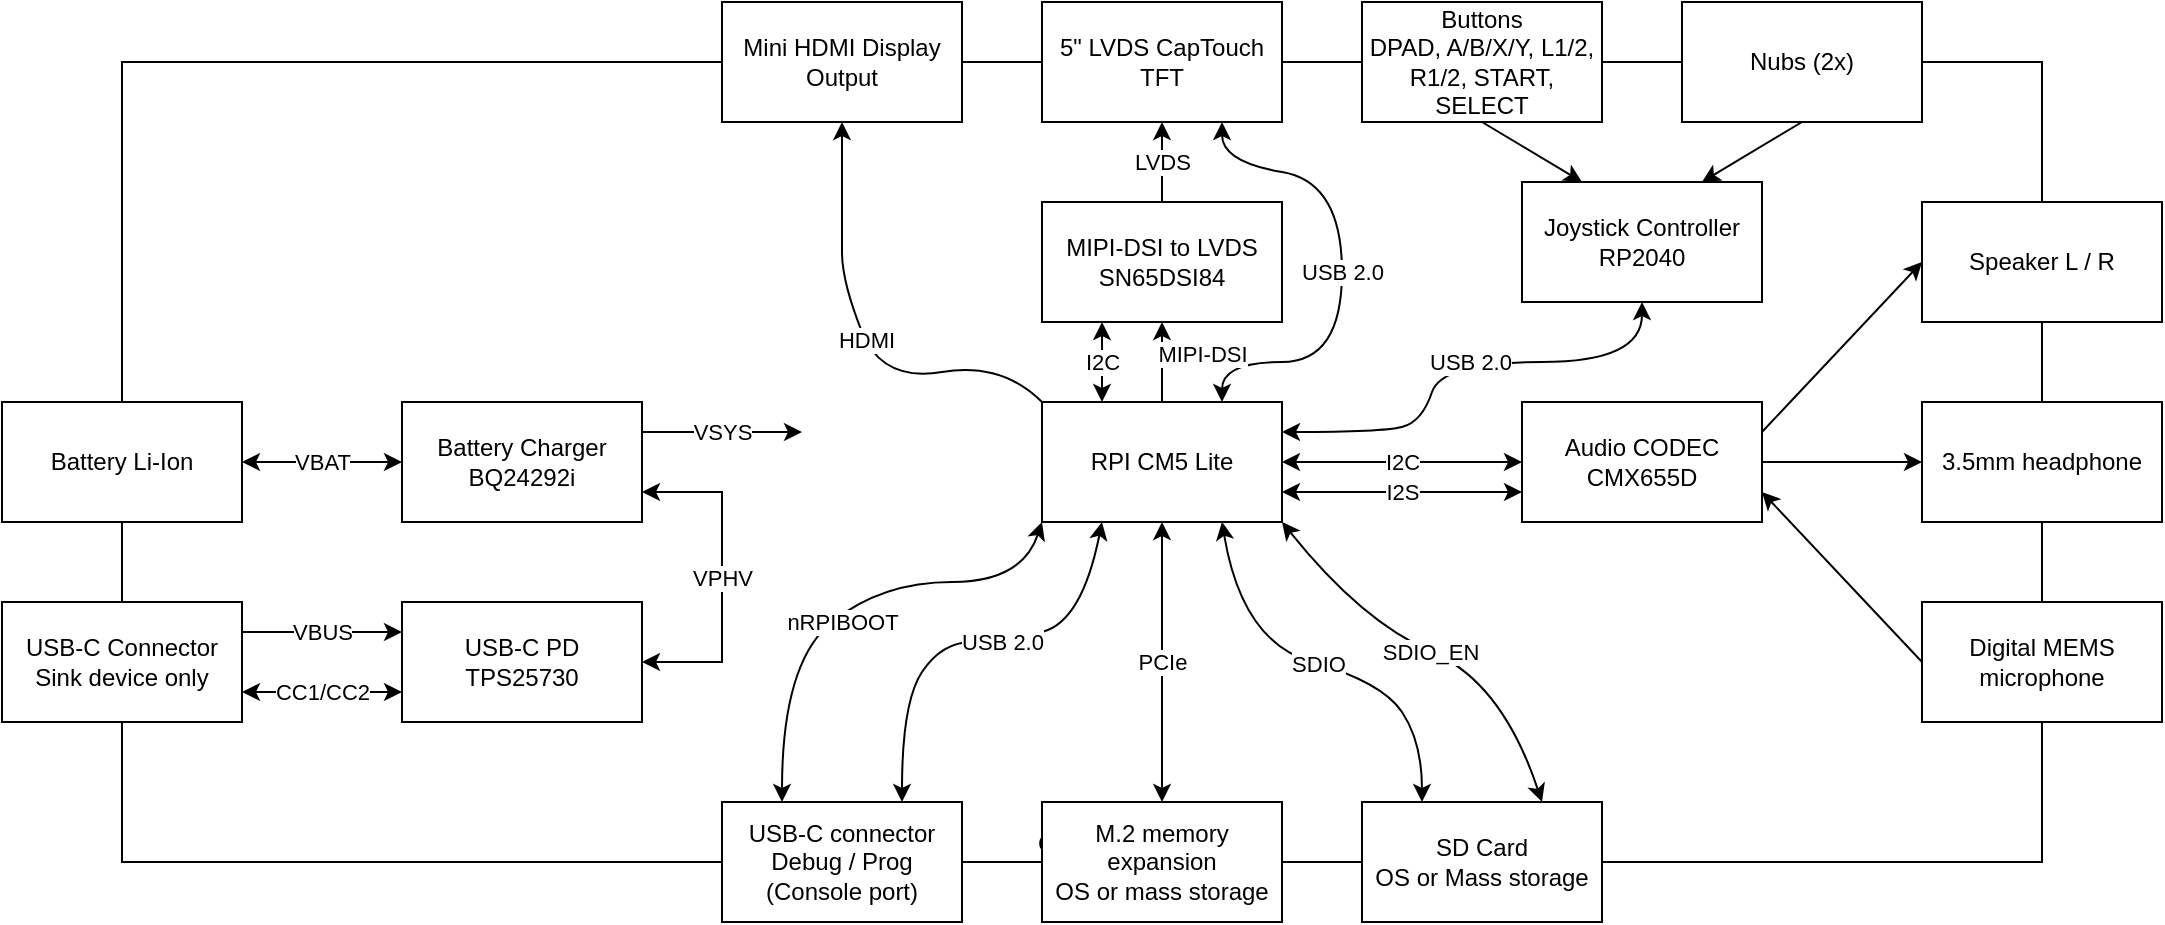
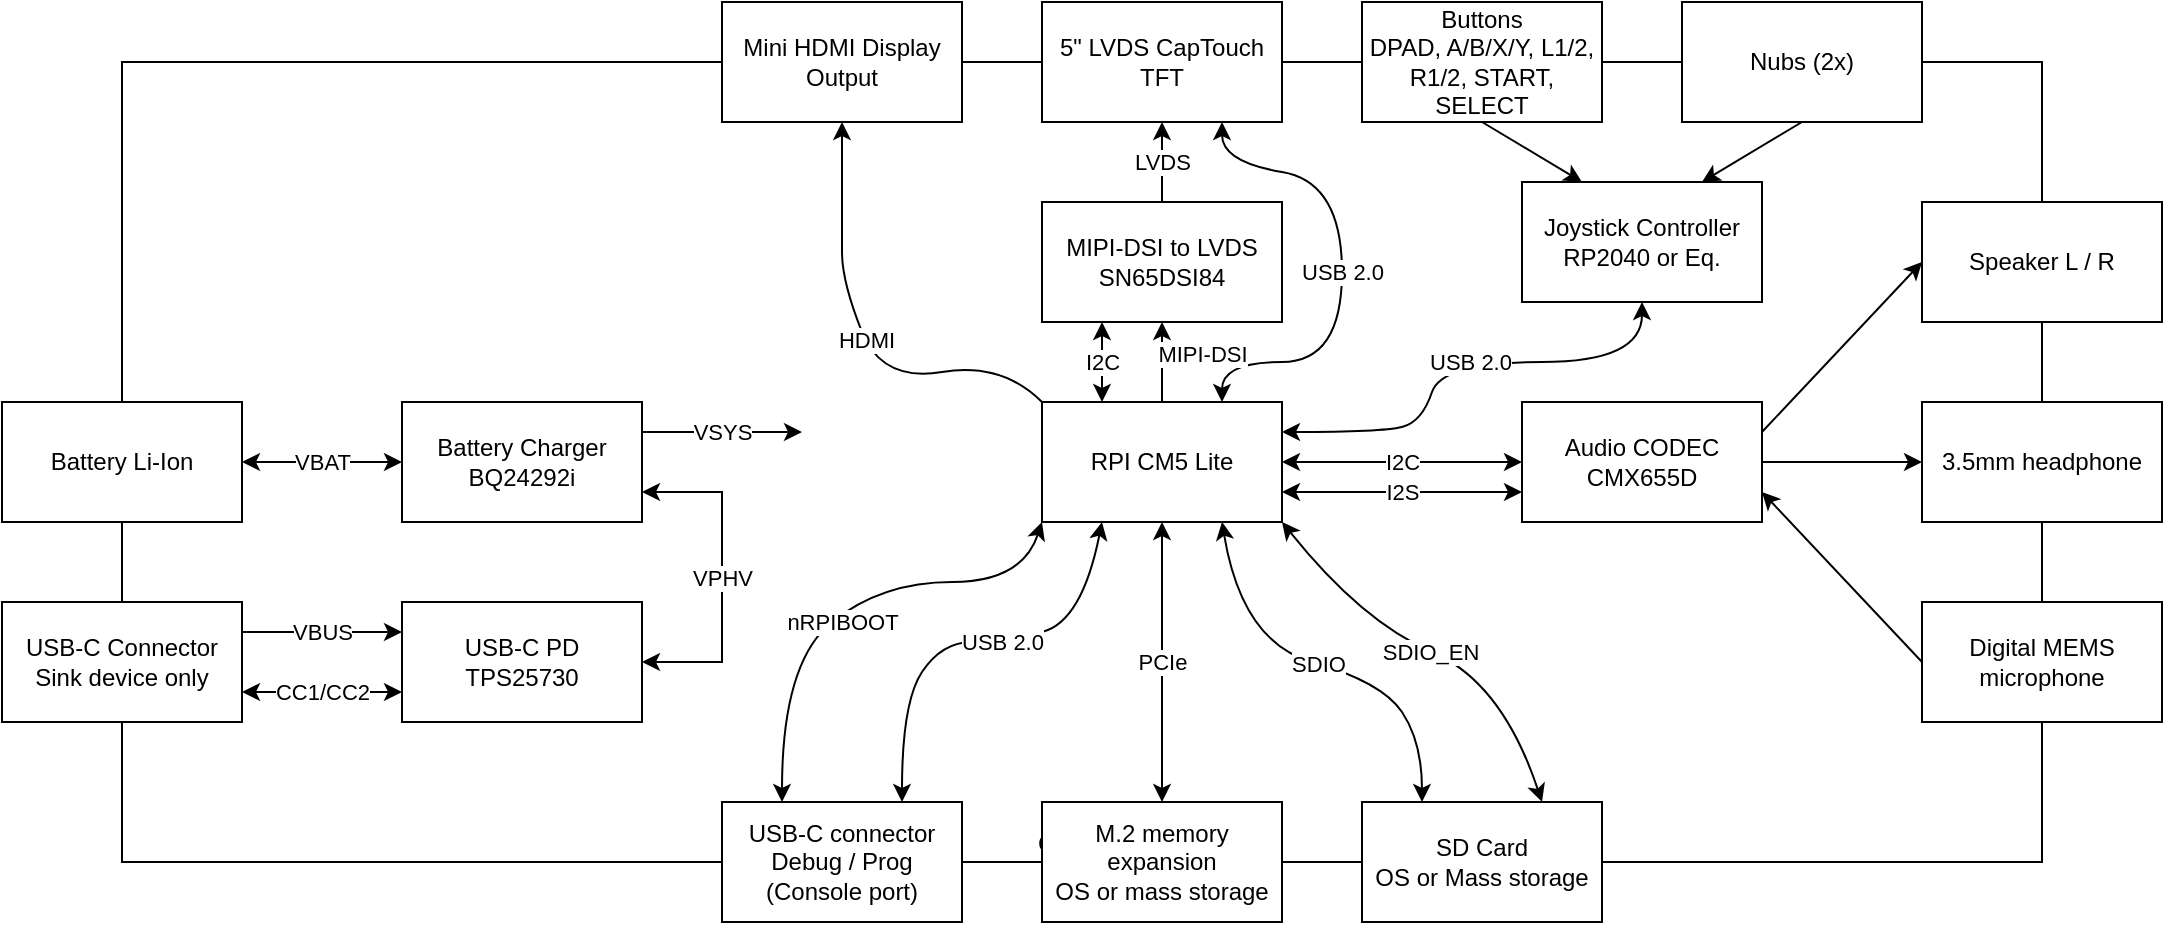
<mxfile host="Electron">
  <diagram name="High-level overview" id="L71J2IazOA5o9N9kyOEZ">
-     <mxGraphModel dx="2184" dy="920" grid="1" gridSize="10" guides="1" tooltips="1" connect="1" arrows="1" fold="1" page="1" pageScale="1" pageWidth="850" pageHeight="1100" math="0" shadow="0">
+     <mxGraphModel dx="1851" dy="690" grid="1" gridSize="10" guides="1" tooltips="1" connect="1" arrows="1" fold="1" page="1" pageScale="1" pageWidth="850" pageHeight="1100" math="0" shadow="0">
      <root>
        <mxCell id="0" />
        <mxCell id="1" parent="0" />
        <mxCell id="4IoYY8tWDkJgZSM6vHvJ-7" parent="1" style="rounded=0;whiteSpace=wrap;html=1;fillColor=none;verticalAlign=bottom;connectable=0;" value="Console" vertex="1">
          <mxGeometry height="400" width="960" x="-100" y="170" as="geometry" />
        </mxCell>
        <mxCell id="4IoYY8tWDkJgZSM6vHvJ-1" parent="1" style="rounded=0;whiteSpace=wrap;html=1;" value="RPI CM5 Lite" vertex="1">
          <mxGeometry height="60" width="120" x="360" y="340" as="geometry" />
        </mxCell>
        <mxCell id="4IoYY8tWDkJgZSM6vHvJ-2" parent="1" style="rounded=0;whiteSpace=wrap;html=1;" value="USB-C PD&lt;br&gt;TPS25730" vertex="1">
          <mxGeometry height="60" width="120" x="40" y="440" as="geometry" />
        </mxCell>
        <mxCell id="4IoYY8tWDkJgZSM6vHvJ-8" parent="1" style="rounded=0;whiteSpace=wrap;html=1;" value="Battery Li-Ion" vertex="1">
          <mxGeometry height="60" width="120" x="-160" y="340" as="geometry" />
        </mxCell>
        <mxCell id="4IoYY8tWDkJgZSM6vHvJ-10" parent="1" style="rounded=0;whiteSpace=wrap;html=1;" value="USB-C Connector&lt;br&gt;Sink device only" vertex="1">
          <mxGeometry height="60" width="120" x="-160" y="440" as="geometry" />
        </mxCell>
        <mxCell id="4IoYY8tWDkJgZSM6vHvJ-15" edge="1" parent="1" source="4IoYY8tWDkJgZSM6vHvJ-10" style="endArrow=classic;startArrow=classic;html=1;rounded=0;exitX=1;exitY=0.75;exitDx=0;exitDy=0;entryX=0;entryY=0.75;entryDx=0;entryDy=0;" target="4IoYY8tWDkJgZSM6vHvJ-2" value="CC1/CC2">
          <mxGeometry height="50" relative="1" width="50" as="geometry">
            <mxPoint x="80" y="440" as="sourcePoint" />
            <mxPoint x="130" y="440" as="targetPoint" />
          </mxGeometry>
        </mxCell>
        <mxCell id="4IoYY8tWDkJgZSM6vHvJ-17" parent="1" style="rounded=0;whiteSpace=wrap;html=1;" value="M.2 memory expansion&lt;br&gt;OS or mass storage" vertex="1">
          <mxGeometry height="60" width="120" x="360" y="540" as="geometry" />
        </mxCell>
        <mxCell id="4IoYY8tWDkJgZSM6vHvJ-18" edge="1" parent="1" source="4IoYY8tWDkJgZSM6vHvJ-17" style="endArrow=classic;startArrow=classic;html=1;rounded=0;entryX=0.5;entryY=1;entryDx=0;entryDy=0;" target="4IoYY8tWDkJgZSM6vHvJ-1" value="PCIe">
          <mxGeometry height="50" relative="1" width="50" as="geometry">
            <mxPoint x="420" y="440" as="sourcePoint" />
            <mxPoint x="270" y="420" as="targetPoint" />
          </mxGeometry>
        </mxCell>
        <mxCell id="4IoYY8tWDkJgZSM6vHvJ-21" parent="1" style="rounded=0;whiteSpace=wrap;html=1;" value="5&quot; LVDS CapTouch TFT" vertex="1">
          <mxGeometry height="60" width="120" x="360" y="140" as="geometry" />
        </mxCell>
        <mxCell id="4IoYY8tWDkJgZSM6vHvJ-22" parent="1" style="rounded=0;whiteSpace=wrap;html=1;" value="MIPI-DSI to LVDS&lt;br&gt;SN65DSI84" vertex="1">
          <mxGeometry height="60" width="120" x="360" y="240" as="geometry" />
        </mxCell>
        <mxCell id="4IoYY8tWDkJgZSM6vHvJ-23" edge="1" parent="1" source="4IoYY8tWDkJgZSM6vHvJ-22" style="endArrow=classic;html=1;rounded=0;exitX=0.5;exitY=0;exitDx=0;exitDy=0;entryX=0.5;entryY=1;entryDx=0;entryDy=0;" target="4IoYY8tWDkJgZSM6vHvJ-21" value="LVDS">
          <mxGeometry height="50" relative="1" width="50" as="geometry">
            <mxPoint x="280" y="220" as="sourcePoint" />
            <mxPoint x="430" y="220" as="targetPoint" />
          </mxGeometry>
        </mxCell>
        <mxCell id="4IoYY8tWDkJgZSM6vHvJ-25" edge="1" parent="1" source="4IoYY8tWDkJgZSM6vHvJ-1" style="curved=1;endArrow=classic;html=1;rounded=0;entryX=0.75;entryY=1;entryDx=0;entryDy=0;exitX=0.75;exitY=0;exitDx=0;exitDy=0;startArrow=classic;startFill=1;" target="4IoYY8tWDkJgZSM6vHvJ-21" value="USB 2.0">
          <mxGeometry height="50" relative="1" width="50" as="geometry">
            <Array as="points">
              <mxPoint x="450" y="320" />
              <mxPoint x="510" y="320" />
              <mxPoint x="510" y="230" />
              <mxPoint x="450" y="220" />
              <mxPoint x="450" y="200" />
            </Array>
            <mxPoint x="340" y="340" as="sourcePoint" />
            <mxPoint x="390" y="290" as="targetPoint" />
          </mxGeometry>
        </mxCell>
        <mxCell id="4IoYY8tWDkJgZSM6vHvJ-27" parent="1" style="rounded=0;whiteSpace=wrap;html=1;" value="Mini HDMI Display Output" vertex="1">
          <mxGeometry height="60" width="120" x="200" y="140" as="geometry" />
        </mxCell>
        <mxCell id="4IoYY8tWDkJgZSM6vHvJ-28" edge="1" parent="1" source="4IoYY8tWDkJgZSM6vHvJ-1" style="curved=1;endArrow=classic;html=1;rounded=0;exitX=0;exitY=0;exitDx=0;exitDy=0;entryX=0.5;entryY=1;entryDx=0;entryDy=0;" target="4IoYY8tWDkJgZSM6vHvJ-27" value="HDMI">
          <mxGeometry height="50" relative="1" width="50" as="geometry">
            <Array as="points">
              <mxPoint x="340" y="320" />
              <mxPoint x="280" y="330" />
              <mxPoint x="260" y="280" />
              <mxPoint x="260" y="250" />
            </Array>
            <mxPoint x="340" y="350" as="sourcePoint" />
            <mxPoint x="390" y="300" as="targetPoint" />
          </mxGeometry>
        </mxCell>
        <mxCell id="4IoYY8tWDkJgZSM6vHvJ-29" edge="1" parent="1" source="4IoYY8tWDkJgZSM6vHvJ-1" style="endArrow=classic;html=1;rounded=0;exitX=0.5;exitY=0;exitDx=0;exitDy=0;entryX=0.5;entryY=1;entryDx=0;entryDy=0;" target="4IoYY8tWDkJgZSM6vHvJ-22" value="MIPI-DSI">
          <mxGeometry height="50" relative="1" width="50" x="0.2" y="-20" as="geometry">
            <mxPoint as="offset" />
            <mxPoint x="280" y="230" as="sourcePoint" />
            <mxPoint x="430" y="230" as="targetPoint" />
          </mxGeometry>
        </mxCell>
        <mxCell id="4IoYY8tWDkJgZSM6vHvJ-31" parent="1" style="rounded=0;whiteSpace=wrap;html=1;" value="SD Card&lt;br&gt;OS or Mass storage" vertex="1">
          <mxGeometry height="60" width="120" x="520" y="540" as="geometry" />
        </mxCell>
        <mxCell id="4IoYY8tWDkJgZSM6vHvJ-32" edge="1" parent="1" source="4IoYY8tWDkJgZSM6vHvJ-1" style="curved=1;endArrow=classic;html=1;rounded=0;exitX=0.75;exitY=1;exitDx=0;exitDy=0;entryX=0.25;entryY=0;entryDx=0;entryDy=0;startArrow=classic;startFill=1;" target="4IoYY8tWDkJgZSM6vHvJ-31" value="SDIO">
          <mxGeometry height="50" relative="1" width="50" as="geometry">
            <Array as="points">
              <mxPoint x="460" y="460" />
              <mxPoint x="530" y="480" />
              <mxPoint x="550" y="510" />
            </Array>
            <mxPoint x="550" y="430" as="sourcePoint" />
            <mxPoint x="600" y="380" as="targetPoint" />
          </mxGeometry>
        </mxCell>
        <mxCell id="4IoYY8tWDkJgZSM6vHvJ-33" parent="1" style="rounded=0;whiteSpace=wrap;html=1;" value="Audio CODEC&lt;br&gt;CMX655D" vertex="1">
          <mxGeometry height="60" width="120" x="600" y="340" as="geometry" />
        </mxCell>
        <mxCell id="4IoYY8tWDkJgZSM6vHvJ-34" edge="1" parent="1" source="4IoYY8tWDkJgZSM6vHvJ-1" style="endArrow=classic;startArrow=classic;html=1;rounded=0;exitX=1;exitY=0.75;exitDx=0;exitDy=0;entryX=0;entryY=0.75;entryDx=0;entryDy=0;" target="4IoYY8tWDkJgZSM6vHvJ-33" value="I2S">
          <mxGeometry height="50" relative="1" width="50" as="geometry">
            <mxPoint x="590" y="290" as="sourcePoint" />
            <mxPoint x="740" y="290" as="targetPoint" />
          </mxGeometry>
        </mxCell>
        <mxCell id="4IoYY8tWDkJgZSM6vHvJ-35" parent="1" style="rounded=0;whiteSpace=wrap;html=1;" value="Speaker L / R" vertex="1">
          <mxGeometry height="60" width="120" x="800" y="240" as="geometry" />
        </mxCell>
        <mxCell id="4IoYY8tWDkJgZSM6vHvJ-36" parent="1" style="rounded=0;whiteSpace=wrap;html=1;" value="3.5mm headphone" vertex="1">
          <mxGeometry height="60" width="120" x="800" y="340" as="geometry" />
        </mxCell>
        <mxCell id="4IoYY8tWDkJgZSM6vHvJ-37" edge="1" parent="1" source="4IoYY8tWDkJgZSM6vHvJ-33" style="endArrow=classic;html=1;rounded=0;entryX=0;entryY=0.5;entryDx=0;entryDy=0;exitX=1;exitY=0.25;exitDx=0;exitDy=0;" target="4IoYY8tWDkJgZSM6vHvJ-35" value="">
          <mxGeometry height="50" relative="1" width="50" as="geometry">
            <mxPoint x="690" y="320" as="sourcePoint" />
            <mxPoint x="740" y="270" as="targetPoint" />
          </mxGeometry>
        </mxCell>
        <mxCell id="4IoYY8tWDkJgZSM6vHvJ-38" edge="1" parent="1" source="4IoYY8tWDkJgZSM6vHvJ-33" style="endArrow=classic;html=1;rounded=0;entryX=0;entryY=0.5;entryDx=0;entryDy=0;exitX=1;exitY=0.5;exitDx=0;exitDy=0;" target="4IoYY8tWDkJgZSM6vHvJ-36" value="">
          <mxGeometry height="50" relative="1" width="50" as="geometry">
            <mxPoint x="750" y="395" as="sourcePoint" />
            <mxPoint x="800" y="350" as="targetPoint" />
          </mxGeometry>
        </mxCell>
        <mxCell id="4IoYY8tWDkJgZSM6vHvJ-40" edge="1" parent="1" source="4IoYY8tWDkJgZSM6vHvJ-1" style="endArrow=classic;startArrow=classic;html=1;rounded=0;exitX=1;exitY=0.5;exitDx=0;exitDy=0;entryX=0;entryY=0.5;entryDx=0;entryDy=0;" target="4IoYY8tWDkJgZSM6vHvJ-33" value="I2C">
          <mxGeometry height="50" relative="1" width="50" as="geometry">
            <mxPoint x="630" y="220" as="sourcePoint" />
            <mxPoint x="780" y="220" as="targetPoint" />
          </mxGeometry>
        </mxCell>
        <mxCell id="4IoYY8tWDkJgZSM6vHvJ-41" parent="1" style="rounded=0;whiteSpace=wrap;html=1;" value="Digital MEMS microphone" vertex="1">
          <mxGeometry height="60" width="120" x="800" y="440" as="geometry" />
        </mxCell>
        <mxCell id="4IoYY8tWDkJgZSM6vHvJ-42" edge="1" parent="1" source="4IoYY8tWDkJgZSM6vHvJ-41" style="endArrow=classic;html=1;rounded=0;entryX=1;entryY=0.75;entryDx=0;entryDy=0;exitX=0;exitY=0.5;exitDx=0;exitDy=0;" target="4IoYY8tWDkJgZSM6vHvJ-33" value="">
          <mxGeometry height="50" relative="1" width="50" as="geometry">
            <mxPoint x="870" y="620" as="sourcePoint" />
            <mxPoint x="1050" y="460" as="targetPoint" />
          </mxGeometry>
        </mxCell>
        <mxCell id="4IoYY8tWDkJgZSM6vHvJ-43" parent="1" style="rounded=0;whiteSpace=wrap;html=1;" value="USB-C connector&lt;div&gt;Debug / Prog (Console port)&lt;/div&gt;" vertex="1">
          <mxGeometry height="60" width="120" x="200" y="540" as="geometry" />
        </mxCell>
        <mxCell id="4IoYY8tWDkJgZSM6vHvJ-46" edge="1" parent="1" source="4IoYY8tWDkJgZSM6vHvJ-1" style="curved=1;endArrow=classic;html=1;rounded=0;exitX=0.25;exitY=1;exitDx=0;exitDy=0;entryX=0.75;entryY=0;entryDx=0;entryDy=0;startArrow=classic;startFill=1;" target="4IoYY8tWDkJgZSM6vHvJ-43" value="USB 2.0">
          <mxGeometry height="50" relative="1" width="50" x="-0.1144" as="geometry">
            <mxPoint as="offset" />
            <Array as="points">
              <mxPoint x="380" y="450" />
              <mxPoint x="340" y="460" />
              <mxPoint x="310" y="460" />
              <mxPoint x="290" y="490" />
            </Array>
            <mxPoint x="610" y="570" as="sourcePoint" />
            <mxPoint x="280" y="490" as="targetPoint" />
          </mxGeometry>
        </mxCell>
-         <mxCell id="4IoYY8tWDkJgZSM6vHvJ-47" parent="1" style="rounded=0;whiteSpace=wrap;html=1;" value="Joystick Controller&lt;br&gt;RP2040" vertex="1">
+         <mxCell id="4IoYY8tWDkJgZSM6vHvJ-47" parent="1" style="rounded=0;whiteSpace=wrap;html=1;" value="Joystick Controller&lt;br&gt;RP2040 or Eq." vertex="1">
          <mxGeometry height="60" width="120" x="600" y="230" as="geometry" />
        </mxCell>
        <mxCell id="4IoYY8tWDkJgZSM6vHvJ-51" parent="1" style="rounded=0;whiteSpace=wrap;html=1;" value="Buttons&lt;br&gt;DPAD, A/B/X/Y, L1/2, R1/2, START, SELECT" vertex="1">
          <mxGeometry height="60" width="120" x="520" y="140" as="geometry" />
        </mxCell>
        <mxCell id="4IoYY8tWDkJgZSM6vHvJ-52" parent="1" style="rounded=0;whiteSpace=wrap;html=1;" value="Nubs (2x)" vertex="1">
          <mxGeometry height="60" width="120" x="680" y="140" as="geometry" />
        </mxCell>
        <mxCell id="5ZqyS_A1muu6yMZzAFLU-2" edge="1" parent="1" source="4IoYY8tWDkJgZSM6vHvJ-1" style="curved=1;endArrow=classic;html=1;rounded=0;entryX=0.5;entryY=1;entryDx=0;entryDy=0;exitX=1;exitY=0.25;exitDx=0;exitDy=0;startArrow=classic;startFill=1;" target="4IoYY8tWDkJgZSM6vHvJ-47" value="USB 2.0">
          <mxGeometry height="50" relative="1" width="50" as="geometry">
            <Array as="points">
              <mxPoint x="530" y="355" />
              <mxPoint x="550" y="350" />
              <mxPoint x="560" y="320" />
              <mxPoint x="660" y="320" />
            </Array>
            <mxPoint x="560" y="460" as="sourcePoint" />
            <mxPoint x="560" y="300" as="targetPoint" />
          </mxGeometry>
        </mxCell>
        <mxCell id="5ZqyS_A1muu6yMZzAFLU-3" edge="1" parent="1" source="4IoYY8tWDkJgZSM6vHvJ-22" style="endArrow=classic;startArrow=classic;html=1;rounded=0;exitX=0.25;exitY=1;exitDx=0;exitDy=0;entryX=0.25;entryY=0;entryDx=0;entryDy=0;" target="4IoYY8tWDkJgZSM6vHvJ-1" value="I2C">
          <mxGeometry height="50" relative="1" width="50" as="geometry">
            <mxPoint x="560" y="370" as="sourcePoint" />
            <mxPoint x="680" y="370" as="targetPoint" />
          </mxGeometry>
        </mxCell>
        <mxCell id="5ZqyS_A1muu6yMZzAFLU-4" edge="1" parent="1" source="4IoYY8tWDkJgZSM6vHvJ-51" style="endArrow=classic;html=1;rounded=0;entryX=0.25;entryY=0;entryDx=0;entryDy=0;exitX=0.5;exitY=1;exitDx=0;exitDy=0;" target="4IoYY8tWDkJgZSM6vHvJ-47" value="">
          <mxGeometry height="50" relative="1" width="50" as="geometry">
            <mxPoint x="810" y="485" as="sourcePoint" />
            <mxPoint x="730" y="400" as="targetPoint" />
          </mxGeometry>
        </mxCell>
        <mxCell id="5ZqyS_A1muu6yMZzAFLU-5" edge="1" parent="1" source="4IoYY8tWDkJgZSM6vHvJ-52" style="endArrow=classic;html=1;rounded=0;entryX=0.75;entryY=0;entryDx=0;entryDy=0;exitX=0.5;exitY=1;exitDx=0;exitDy=0;" target="4IoYY8tWDkJgZSM6vHvJ-47" value="">
          <mxGeometry height="50" relative="1" width="50" as="geometry">
            <mxPoint x="720" y="110" as="sourcePoint" />
            <mxPoint x="770" y="160" as="targetPoint" />
          </mxGeometry>
        </mxCell>
        <mxCell id="t1u9_rJhIXzL8JWfHioL-1" parent="1" style="rounded=0;whiteSpace=wrap;html=1;" value="Battery Charger&lt;br&gt;BQ24292i" vertex="1">
          <mxGeometry height="60" width="120" x="40" y="340" as="geometry" />
        </mxCell>
        <mxCell id="t1u9_rJhIXzL8JWfHioL-2" edge="1" parent="1" source="4IoYY8tWDkJgZSM6vHvJ-10" style="endArrow=classic;startArrow=none;html=1;rounded=0;exitX=1;exitY=0.25;exitDx=0;exitDy=0;entryX=0;entryY=0.25;entryDx=0;entryDy=0;startFill=0;" target="4IoYY8tWDkJgZSM6vHvJ-2" value="VBUS">
          <mxGeometry height="50" relative="1" width="50" as="geometry">
            <mxPoint y="540" as="sourcePoint" />
            <mxPoint x="80" y="540" as="targetPoint" />
          </mxGeometry>
        </mxCell>
        <mxCell id="t1u9_rJhIXzL8JWfHioL-3" edge="1" parent="1" source="4IoYY8tWDkJgZSM6vHvJ-2" style="endArrow=classic;startArrow=classic;html=1;rounded=0;exitX=1;exitY=0.5;exitDx=0;exitDy=0;entryX=1;entryY=0.75;entryDx=0;entryDy=0;startFill=1;edgeStyle=orthogonalEdgeStyle;" target="t1u9_rJhIXzL8JWfHioL-1" value="VPHV">
          <mxGeometry height="50" relative="1" width="50" as="geometry">
            <Array as="points">
              <mxPoint x="200" y="470" />
              <mxPoint x="200" y="385" />
            </Array>
            <mxPoint x="200" y="480" as="sourcePoint" />
            <mxPoint x="280" y="480" as="targetPoint" />
          </mxGeometry>
        </mxCell>
        <mxCell id="t1u9_rJhIXzL8JWfHioL-4" edge="1" parent="1" source="4IoYY8tWDkJgZSM6vHvJ-8" style="endArrow=classic;startArrow=classic;html=1;rounded=0;exitX=1;exitY=0.5;exitDx=0;exitDy=0;entryX=0;entryY=0.5;entryDx=0;entryDy=0;startFill=1;" target="t1u9_rJhIXzL8JWfHioL-1" value="VBAT">
          <mxGeometry height="50" relative="1" width="50" as="geometry">
            <mxPoint x="20" y="530" as="sourcePoint" />
            <mxPoint x="100" y="530" as="targetPoint" />
          </mxGeometry>
        </mxCell>
        <mxCell id="t1u9_rJhIXzL8JWfHioL-7" edge="1" parent="1" source="t1u9_rJhIXzL8JWfHioL-1" style="endArrow=classic;html=1;rounded=0;exitX=1;exitY=0.25;exitDx=0;exitDy=0;" value="VSYS">
          <mxGeometry height="50" relative="1" width="50" as="geometry">
            <mxPoint x="260" y="520" as="sourcePoint" />
            <mxPoint x="240" y="355" as="targetPoint" />
          </mxGeometry>
        </mxCell>
        <mxCell id="RV9RdjZogVWlMrtzUI98-1" edge="1" parent="1" source="4IoYY8tWDkJgZSM6vHvJ-1" style="curved=1;endArrow=classic;html=1;rounded=0;exitX=0;exitY=1;exitDx=0;exitDy=0;entryX=0.25;entryY=0;entryDx=0;entryDy=0;startArrow=classic;startFill=1;" target="4IoYY8tWDkJgZSM6vHvJ-43" value="nRPIBOOT">
          <mxGeometry height="50" relative="1" width="50" x="0.1011" y="3" as="geometry">
            <mxPoint as="offset" />
            <Array as="points">
              <mxPoint x="350" y="430" />
              <mxPoint x="280" y="430" />
              <mxPoint x="230" y="470" />
            </Array>
            <mxPoint x="400" y="660" as="sourcePoint" />
            <mxPoint x="300" y="800" as="targetPoint" />
          </mxGeometry>
        </mxCell>
        <mxCell id="RV9RdjZogVWlMrtzUI98-2" edge="1" parent="1" source="4IoYY8tWDkJgZSM6vHvJ-1" style="curved=1;endArrow=classic;html=1;rounded=0;exitX=1;exitY=1;exitDx=0;exitDy=0;entryX=0.75;entryY=0;entryDx=0;entryDy=0;startArrow=classic;startFill=1;" target="4IoYY8tWDkJgZSM6vHvJ-31" value="SDIO_EN">
          <mxGeometry height="50" relative="1" width="50" as="geometry">
            <Array as="points">
              <mxPoint x="520" y="450" />
              <mxPoint x="590" y="480" />
            </Array>
            <mxPoint x="520" y="410" as="sourcePoint" />
            <mxPoint x="620" y="550" as="targetPoint" />
          </mxGeometry>
        </mxCell>
      </root>
    </mxGraphModel>
  </diagram>
</mxfile>
